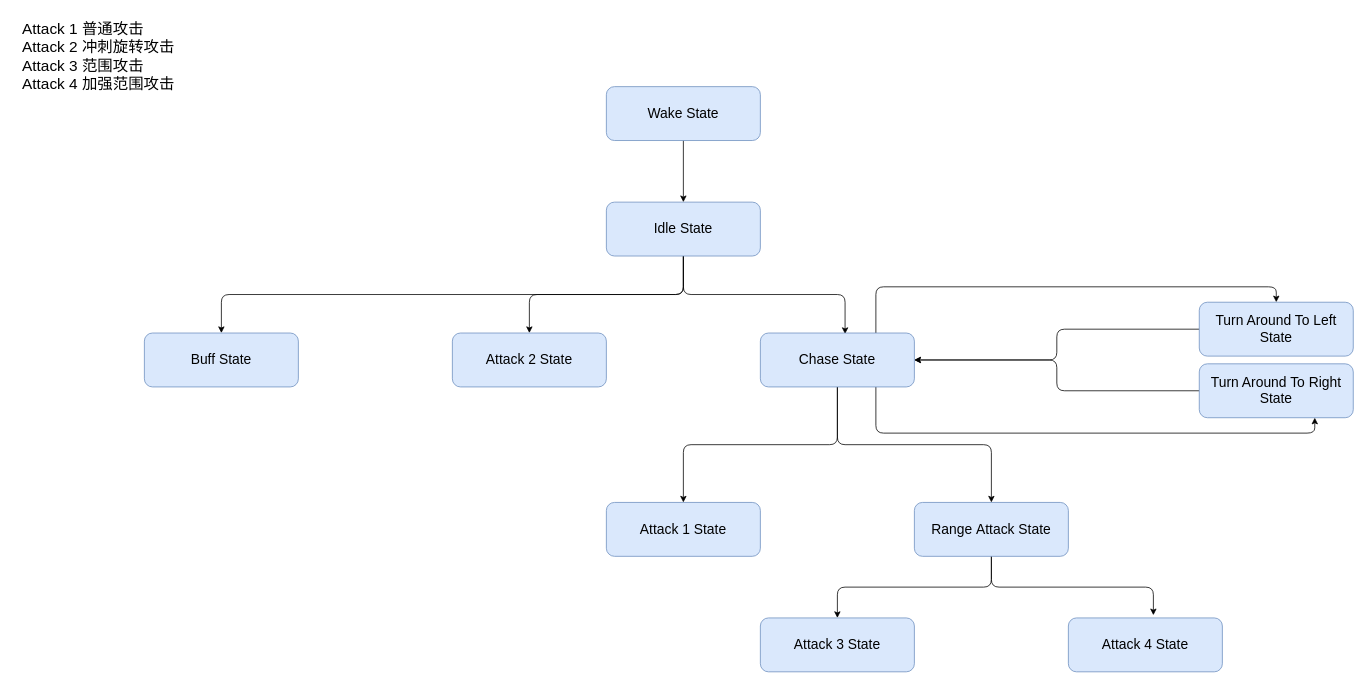
Before: Readme/Colossal Boss State Machine Diagram.drawio in zsl2021533013/The-Letteror, a draw.io diagram. Source tidied: cells renumbered, new cells numbered last; positions are measured from the earlier drawing's top-left corner, leaving out a move shared by most shapes. Both pictures are drawn from the tidied source at 77%, with x=0, y=0 at pixel (13, 13).
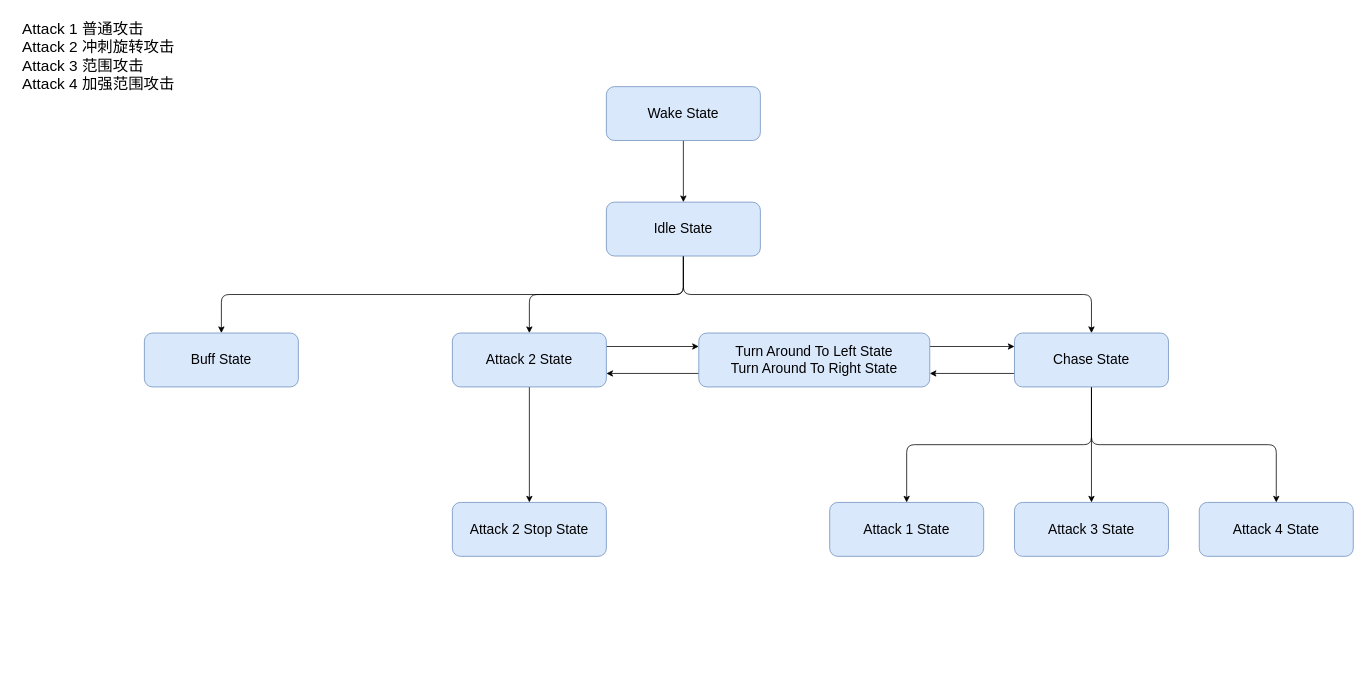
The same diagram, later.

The change refers to these unchanged cells:
```xml
<mxCell id="5" value="&lt;span style=&quot;font-size: 18px;&quot;&gt;Idle State&lt;br&gt;&lt;/span&gt;" style="rounded=1;whiteSpace=wrap;html=1;fillColor=#dae8fc;strokeColor=#6c8ebf;" parent="1" vertex="1">
  <mxGeometry x="770" y="245" width="200" height="70" as="geometry" />
</mxCell>
<mxCell id="8" value="&lt;span style=&quot;font-size: 18px;&quot;&gt;Attack 2 State&lt;br&gt;&lt;/span&gt;" style="rounded=1;whiteSpace=wrap;html=1;fillColor=#dae8fc;strokeColor=#6c8ebf;" parent="1" vertex="1">
  <mxGeometry x="570" y="415" width="200" height="70" as="geometry" />
</mxCell>
```

Diff of the diagram source:
```diff
@@
-    <mxCell id="3" style="edgeStyle=orthogonalEdgeStyle;rounded=1;jettySize=auto;html=1;exitX=0.5;exitY=1;exitDx=0;exitDy=0;entryX=0.55;entryY=0.017;entryDx=0;entryDy=0;entryPerimeter=0;fontSize=20;" parent="1" edge="1" source="5" target="18">
+    <mxCell id="3" style="edgeStyle=orthogonalEdgeStyle;rounded=1;jettySize=auto;html=1;exitX=0.5;exitY=1;exitDx=0;exitDy=0;entryX=0.5;entryY=0;entryDx=0;entryDy=0;fontSize=20;" parent="1" edge="1" source="5" target="18">
       <mxGeometry relative="1" as="geometry" />
     </mxCell>
@@
     <mxCell id="6" value="&lt;span style=&quot;font-size: 18px;&quot;&gt;Attack 4 State&lt;br&gt;&lt;/span&gt;" style="rounded=1;whiteSpace=wrap;html=1;fillColor=#dae8fc;strokeColor=#6c8ebf;" parent="1" vertex="1">
-      <mxGeometry x="1370" y="785" width="200" height="70" as="geometry" />
+      <mxGeometry x="1540" y="635" width="200" height="70" as="geometry" />
     </mxCell>
     <mxCell id="7" value="&lt;span style=&quot;font-size: 18px;&quot;&gt;Attack 3 State&lt;br&gt;&lt;/span&gt;" style="rounded=1;whiteSpace=wrap;html=1;fillColor=#dae8fc;strokeColor=#6c8ebf;" parent="1" vertex="1">
-      <mxGeometry x="970" y="785" width="200" height="70" as="geometry" />
+      <mxGeometry x="1300" y="635" width="200" height="70" as="geometry" />
     </mxCell>
+    <mxCell id="26" style="edgeStyle=orthogonalEdgeStyle;rounded=1;jumpStyle=arc;jettySize=auto;html=1;exitX=1;exitY=0.25;exitDx=0;exitDy=0;entryX=0;entryY=0.25;entryDx=0;entryDy=0;fontSize=20;" parent="1" edge="1" source="8" target="21">
+      <mxGeometry relative="1" as="geometry" />
+    </mxCell>
+    <mxCell id="27" style="edgeStyle=orthogonalEdgeStyle;rounded=1;jumpStyle=arc;jettySize=auto;html=1;exitX=0.5;exitY=1;exitDx=0;exitDy=0;entryX=0.5;entryY=0;entryDx=0;entryDy=0;fontSize=20;" parent="1" edge="1" source="8" target="31">
+      <mxGeometry relative="1" as="geometry" />
+    </mxCell>
@@
     <mxCell id="9" value="&lt;span style=&quot;font-size: 18px;&quot;&gt;Attack 1 State&lt;br&gt;&lt;/span&gt;" style="rounded=1;whiteSpace=wrap;html=1;fillColor=#dae8fc;strokeColor=#6c8ebf;" parent="1" vertex="1">
-      <mxGeometry x="770" y="635" width="200" height="70" as="geometry" />
+      <mxGeometry x="1060" y="635" width="200" height="70" as="geometry" />
     </mxCell>
@@
-    <mxCell id="11" style="edgeStyle=orthogonalEdgeStyle;rounded=1;jettySize=auto;html=1;exitX=0.5;exitY=1;exitDx=0;exitDy=0;entryX=0.5;entryY=0;entryDx=0;entryDy=0;fontSize=20;" parent="1" edge="1" source="13" target="7">
-      <mxGeometry relative="1" as="geometry" />
-    </mxCell>
-    <mxCell id="12" style="edgeStyle=orthogonalEdgeStyle;rounded=1;jettySize=auto;html=1;exitX=0.5;exitY=1;exitDx=0;exitDy=0;entryX=0.552;entryY=-0.051;entryDx=0;entryDy=0;entryPerimeter=0;fontSize=20;" parent="1" edge="1" source="13" target="6">
-      <mxGeometry relative="1" as="geometry" />
-    </mxCell>
-    <mxCell id="13" value="&lt;span style=&quot;font-size: 18px;&quot;&gt;Range&amp;nbsp;Attack State&lt;br&gt;&lt;/span&gt;" style="rounded=1;whiteSpace=wrap;html=1;fillColor=#dae8fc;strokeColor=#6c8ebf;" parent="1" vertex="1">
-      <mxGeometry x="1170" y="635" width="200" height="70" as="geometry" />
-    </mxCell>
+    <mxCell id="28" style="edgeStyle=orthogonalEdgeStyle;rounded=1;jettySize=auto;html=1;exitX=0.5;exitY=1;exitDx=0;exitDy=0;entryX=0.5;entryY=0;entryDx=0;entryDy=0;fontSize=20;" parent="1" edge="1" source="18" target="7">
+      <mxGeometry relative="1" as="geometry" />
+    </mxCell>
+    <mxCell id="16" style="edgeStyle=orthogonalEdgeStyle;rounded=1;jumpStyle=arc;jettySize=auto;html=1;exitX=0;exitY=0.75;exitDx=0;exitDy=0;entryX=1;entryY=0.75;entryDx=0;entryDy=0;fontSize=20;" parent="1" edge="1" source="18" target="21">
+      <mxGeometry relative="1" as="geometry" />
+    </mxCell>
-    <mxCell id="14" style="edgeStyle=orthogonalEdgeStyle;rounded=1;jettySize=auto;html=1;exitX=0.5;exitY=1;exitDx=0;exitDy=0;fontSize=20;" parent="1" edge="1" source="18" target="9">
+    <mxCell id="14" style="edgeStyle=orthogonalEdgeStyle;rounded=1;jumpStyle=arc;jettySize=auto;html=1;exitX=0.5;exitY=1;exitDx=0;exitDy=0;entryX=0.5;entryY=0;entryDx=0;entryDy=0;fontSize=20;" parent="1" edge="1" source="18" target="9">
       <mxGeometry relative="1" as="geometry" />
     </mxCell>
-    <mxCell id="15" style="edgeStyle=orthogonalEdgeStyle;rounded=1;jettySize=auto;html=1;exitX=0.5;exitY=1;exitDx=0;exitDy=0;fontSize=20;" parent="1" edge="1" source="18" target="13">
-      <mxGeometry relative="1" as="geometry" />
-    </mxCell>
-    <mxCell id="16" style="edgeStyle=orthogonalEdgeStyle;rounded=1;jettySize=auto;html=1;exitX=0.75;exitY=0;exitDx=0;exitDy=0;entryX=0.5;entryY=0;entryDx=0;entryDy=0;fontSize=20;" parent="1" edge="1" source="18" target="21">
-      <mxGeometry relative="1" as="geometry" />
-    </mxCell>
-    <mxCell id="17" style="edgeStyle=orthogonalEdgeStyle;rounded=1;jettySize=auto;html=1;exitX=0.75;exitY=1;exitDx=0;exitDy=0;entryX=0.75;entryY=1;entryDx=0;entryDy=0;fontSize=20;" parent="1" edge="1" source="18" target="25">
-      <mxGeometry relative="1" as="geometry" />
-    </mxCell>
+    <mxCell id="29" style="edgeStyle=orthogonalEdgeStyle;rounded=1;jumpStyle=arc;jettySize=auto;html=1;exitX=0.5;exitY=1;exitDx=0;exitDy=0;fontSize=20;" parent="1" edge="1" source="18" target="6">
+      <mxGeometry relative="1" as="geometry" />
+    </mxCell>
     <mxCell id="18" value="&lt;span style=&quot;font-size: 18px;&quot;&gt;Chase State&lt;br&gt;&lt;/span&gt;" style="rounded=1;whiteSpace=wrap;html=1;fillColor=#dae8fc;strokeColor=#6c8ebf;" parent="1" vertex="1">
-      <mxGeometry x="970" y="415" width="200" height="70" as="geometry" />
+      <mxGeometry x="1300" y="415" width="200" height="70" as="geometry" />
     </mxCell>
@@
+    <mxCell id="30" style="edgeStyle=orthogonalEdgeStyle;rounded=1;jumpStyle=arc;jettySize=auto;html=1;exitX=0;exitY=0.75;exitDx=0;exitDy=0;entryX=1;entryY=0.75;entryDx=0;entryDy=0;fontSize=20;" parent="1" edge="1" source="21" target="8">
+      <mxGeometry relative="1" as="geometry" />
+    </mxCell>
-    <mxCell id="20" style="edgeStyle=orthogonalEdgeStyle;rounded=1;jettySize=auto;html=1;exitX=0;exitY=0.5;exitDx=0;exitDy=0;entryX=1;entryY=0.5;entryDx=0;entryDy=0;fontSize=20;" parent="1" edge="1" source="21" target="18">
+    <mxCell id="20" style="edgeStyle=orthogonalEdgeStyle;rounded=1;jumpStyle=arc;jettySize=auto;html=1;exitX=1;exitY=0.25;exitDx=0;exitDy=0;entryX=0;entryY=0.25;entryDx=0;entryDy=0;fontSize=20;" parent="1" edge="1" source="21" target="18">
       <mxGeometry relative="1" as="geometry" />
     </mxCell>
-    <mxCell id="21" value="&lt;span style=&quot;font-size: 18px;&quot;&gt;Turn Around To Left State&lt;br&gt;&lt;/span&gt;" style="rounded=1;whiteSpace=wrap;html=1;fillColor=#dae8fc;strokeColor=#6c8ebf;" parent="1" vertex="1">
-      <mxGeometry x="1540" y="375" width="200" height="70" as="geometry" />
+    <mxCell id="21" value="&lt;span style=&quot;font-size: 18px;&quot;&gt;Turn Around To Left State&lt;br&gt;&lt;/span&gt;&lt;span style=&quot;font-size: 18px;&quot;&gt;Turn Around To Right State&lt;/span&gt;&lt;span style=&quot;font-size: 18px;&quot;&gt;&lt;br&gt;&lt;/span&gt;" style="rounded=1;whiteSpace=wrap;html=1;fillColor=#dae8fc;strokeColor=#6c8ebf;" parent="1" vertex="1">
+      <mxGeometry x="890" y="415" width="300" height="70" as="geometry" />
     </mxCell>
@@
-    <mxCell id="24" style="edgeStyle=orthogonalEdgeStyle;rounded=1;jettySize=auto;html=1;exitX=0;exitY=0.5;exitDx=0;exitDy=0;entryX=1;entryY=0.5;entryDx=0;entryDy=0;fontSize=20;" parent="1" edge="1" source="25" target="18">
-      <mxGeometry relative="1" as="geometry" />
-    </mxCell>
-    <mxCell id="25" value="&lt;span style=&quot;font-size: 18px;&quot;&gt;Turn Around To Right State&lt;br&gt;&lt;/span&gt;" style="rounded=1;whiteSpace=wrap;html=1;fillColor=#dae8fc;strokeColor=#6c8ebf;" parent="1" vertex="1">
-      <mxGeometry x="1540" y="455" width="200" height="70" as="geometry" />
-    </mxCell>
+    <mxCell id="31" value="&lt;span style=&quot;font-size: 18px;&quot;&gt;Attack 2 Stop State&lt;br&gt;&lt;/span&gt;" style="rounded=1;whiteSpace=wrap;html=1;fillColor=#dae8fc;strokeColor=#6c8ebf;" parent="1" vertex="1">
+      <mxGeometry x="570" y="635" width="200" height="70" as="geometry" />
+    </mxCell>
```
